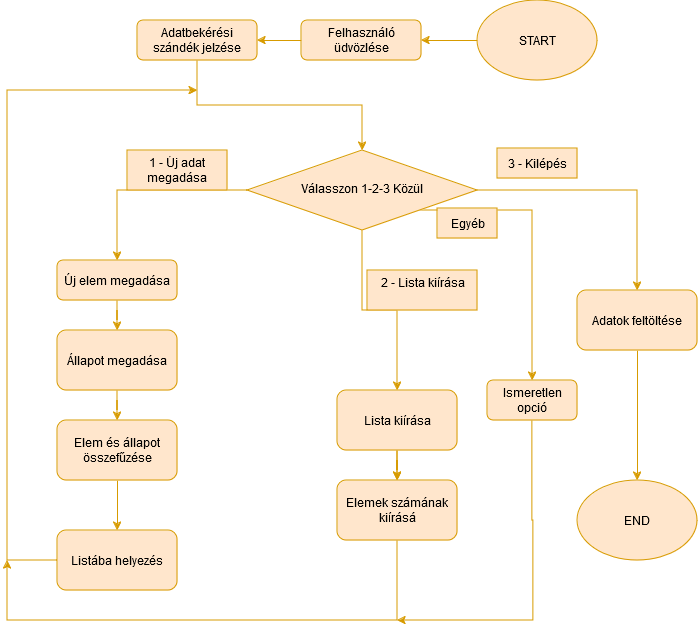
This is Megnevezetlen diagram.drawio(1).png from tukan-dev/programfeladat, a draw.io export, as it was before one commit. Source tidied: cells renumbered, new cells last; positions are measured from the earlier drawing's top-left corner, leaving out a move shared by most shapes.
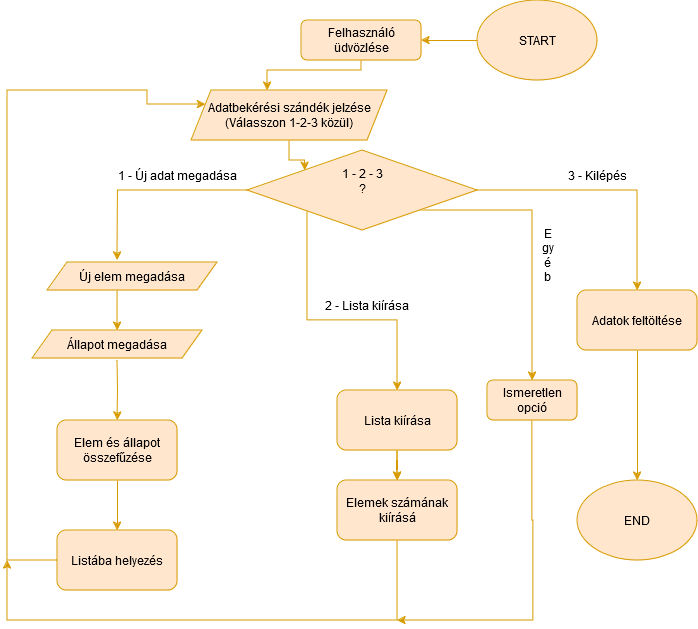
The same diagram one commit later.

The edit, as a diff of the source:
```diff
@@ -11,17 +11,30 @@
     <mxCell id="4" value="&lt;div&gt;END&lt;/div&gt;" style="ellipse;whiteSpace=wrap;html=1;fillColor=#ffe6cc;strokeColor=#d79b00;" parent="1" vertex="1">
       <mxGeometry x="570" y="480" width="120" height="80" as="geometry" />
     </mxCell>
-    <mxCell id="5" style="edgeStyle=orthogonalEdgeStyle;rounded=0;jettySize=auto;html=1;fillColor=#FF8000;strokeColor=#d79b00;" parent="1" edge="1" source="6" target="13">
-      <mxGeometry relative="1" as="geometry" />
+    <mxCell id="5" style="edgeStyle=orthogonalEdgeStyle;rounded=0;jettySize=auto;html=1;fillColor=#FF8000;strokeColor=#d79b00;" parent="1" edge="1" source="6">
+      <mxGeometry relative="1" as="geometry">
+        <mxPoint x="260" y="90" as="targetPoint" />
+        <Array as="points">
+          <mxPoint x="354" y="70" />
+          <mxPoint x="260" y="70" />
+        </Array>
+      </mxGeometry>
     </mxCell>
     <mxCell id="6" value="Felhasználó üdvözlése" style="rounded=1;whiteSpace=wrap;html=1;fontSize=12;glass=0;strokeWidth=1;shadow=0;fillColor=#ffe6cc;strokeColor=#d79b00;" parent="1" vertex="1">
       <mxGeometry x="294" y="20" width="120" height="40" as="geometry" />
     </mxCell>
-    <mxCell id="7" style="edgeStyle=orthogonalEdgeStyle;rounded=0;jettySize=auto;html=1;entryX=0.5;entryY=0;entryDx=0;entryDy=0;fillColor=#FF8000;strokeColor=#d79b00;" parent="1" edge="1" source="11" target="15">
-      <mxGeometry relative="1" as="geometry" />
+    <mxCell id="7" style="edgeStyle=orthogonalEdgeStyle;rounded=0;jettySize=auto;html=1;entryX=0.5;entryY=0;entryDx=0;entryDy=0;fillColor=#FF8000;strokeColor=#d79b00;" parent="1" edge="1" source="11">
+      <mxGeometry relative="1" as="geometry">
+        <mxPoint x="110" y="260" as="targetPoint" />
+      </mxGeometry>
     </mxCell>
     <mxCell id="8" style="edgeStyle=orthogonalEdgeStyle;rounded=0;jettySize=auto;html=1;entryX=0.5;entryY=0;entryDx=0;entryDy=0;fillColor=#FF8000;strokeColor=#d79b00;" parent="1" edge="1" source="11" target="25">
-      <mxGeometry relative="1" as="geometry" />
+      <mxGeometry relative="1" as="geometry">
+        <Array as="points">
+          <mxPoint x="300" y="320" />
+          <mxPoint x="390" y="320" />
+        </Array>
+      </mxGeometry>
     </mxCell>
     <mxCell id="9" style="edgeStyle=orthogonalEdgeStyle;rounded=0;jettySize=auto;html=1;entryX=0.5;entryY=0;entryDx=0;entryDy=0;fillColor=#FF8000;strokeColor=#d79b00;" parent="1" edge="1" source="11" target="32">
       <mxGeometry relative="1" as="geometry" />
@@ -29,44 +42,32 @@
     <mxCell id="10" style="edgeStyle=orthogonalEdgeStyle;rounded=0;jettySize=auto;html=1;exitX=1;exitY=1;exitDx=0;exitDy=0;fillColor=#FF8000;strokeColor=#d79b00;" parent="1" edge="1" source="11" target="34">
       <mxGeometry relative="1" as="geometry" />
     </mxCell>
-    <mxCell id="11" value="Válasszon 1-2-3 Közül" style="rhombus;whiteSpace=wrap;html=1;shadow=0;fontFamily=Helvetica;fontSize=12;align=center;strokeWidth=1;spacing=6;spacingTop=-4;fillColor=#ffe6cc;strokeColor=#d79b00;" parent="1" vertex="1">
+    <mxCell id="11" value="&lt;div&gt;1 - 2 - 3&lt;/div&gt;&lt;div&gt;?&lt;/div&gt;&lt;div&gt;&lt;br&gt;&lt;/div&gt;" style="rhombus;whiteSpace=wrap;html=1;shadow=0;fontFamily=Helvetica;fontSize=12;align=center;strokeWidth=1;spacing=6;spacingTop=-4;fillColor=#ffe6cc;strokeColor=#d79b00;" parent="1" vertex="1">
       <mxGeometry x="240" y="150" width="230" height="80" as="geometry" />
     </mxCell>
-    <mxCell id="12" style="edgeStyle=orthogonalEdgeStyle;rounded=0;jettySize=auto;html=1;entryX=0.5;entryY=0;entryDx=0;entryDy=0;fillColor=#FF8000;strokeColor=#d79b00;" parent="1" edge="1" source="13" target="11">
-      <mxGeometry relative="1" as="geometry" />
-    </mxCell>
-    <mxCell id="13" value="Adatbekérési szándék jelzése" style="rounded=1;whiteSpace=wrap;html=1;fontSize=12;glass=0;strokeWidth=1;shadow=0;fillColor=#ffe6cc;strokeColor=#d79b00;" parent="1" vertex="1">
-      <mxGeometry x="130" y="20" width="120" height="40" as="geometry" />
-    </mxCell>
-    <mxCell id="14" style="edgeStyle=orthogonalEdgeStyle;rounded=0;jettySize=auto;html=1;fillColor=#FF8000;strokeColor=#d79b00;" parent="1" edge="1" source="15" target="18">
-      <mxGeometry relative="1" as="geometry" />
+    <mxCell id="14" style="edgeStyle=orthogonalEdgeStyle;rounded=0;jettySize=auto;html=1;fillColor=#FF8000;strokeColor=#d79b00;exitX=0.412;exitY=1;exitDx=0;exitDy=0;exitPerimeter=0;" parent="1" edge="1" source="15">
+      <mxGeometry relative="1" as="geometry">
+        <mxPoint x="110" y="330" as="targetPoint" />
+      </mxGeometry>
     </mxCell>
-    <mxCell id="15" value="Új elem megadása" style="rounded=1;whiteSpace=wrap;html=1;fontSize=12;glass=0;strokeWidth=1;shadow=0;fillColor=#ffe6cc;strokeColor=#d79b00;" parent="1" vertex="1">
-      <mxGeometry x="50" y="260" width="120" height="40" as="geometry" />
-    </mxCell>
-    <object id="16" label="1 - Új adat megadása" name="Variable" placeholders="1">
-      <mxCell style="text;html=1;strokeColor=#d79b00;fillColor=#ffe6cc;align=center;verticalAlign=middle;whiteSpace=wrap;overflow=hidden;" parent="1" vertex="1">
-        <mxGeometry x="120" y="150" width="100" height="40" as="geometry" />
-      </mxCell>
-    </object>
-    <mxCell id="17" style="edgeStyle=orthogonalEdgeStyle;rounded=0;jettySize=auto;html=1;fillColor=#FF8000;strokeColor=#d79b00;" parent="1" edge="1" source="18" target="20">
-      <mxGeometry relative="1" as="geometry" />
+    <mxCell id="17" style="edgeStyle=orthogonalEdgeStyle;rounded=0;jettySize=auto;html=1;fillColor=#FF8000;strokeColor=#d79b00;" parent="1" edge="1" target="20">
+      <mxGeometry relative="1" as="geometry">
+        <mxPoint x="110" y="360" as="sourcePoint" />
+      </mxGeometry>
     </mxCell>
-    <mxCell id="18" value="&lt;div&gt;Állapot megadása&lt;/div&gt;" style="whiteSpace=wrap;html=1;rounded=1;glass=0;strokeWidth=1;shadow=0;fillColor=#ffe6cc;strokeColor=#d79b00;" parent="1" vertex="1">
-      <mxGeometry x="50" y="330" width="120" height="60" as="geometry" />
-    </mxCell>
     <mxCell id="19" style="edgeStyle=orthogonalEdgeStyle;rounded=0;jettySize=auto;html=1;fillColor=#FF8000;strokeColor=#d79b00;" parent="1" edge="1" source="20" target="22">
       <mxGeometry relative="1" as="geometry" />
     </mxCell>
     <mxCell id="20" value="&lt;div&gt;Elem és állapot összefűzése&lt;/div&gt;" style="whiteSpace=wrap;html=1;rounded=1;glass=0;strokeWidth=1;shadow=0;fillColor=#ffe6cc;strokeColor=#d79b00;" parent="1" vertex="1">
       <mxGeometry x="50" y="420" width="120" height="60" as="geometry" />
     </mxCell>
-    <mxCell id="21" style="edgeStyle=orthogonalEdgeStyle;rounded=0;jettySize=auto;html=1;fillColor=#FF8000;strokeColor=#d79b00;" parent="1" edge="1" source="22">
+    <mxCell id="21" style="edgeStyle=orthogonalEdgeStyle;rounded=0;jettySize=auto;html=1;fillColor=#FF8000;strokeColor=#d79b00;" parent="1" edge="1" source="22" target="37">
       <mxGeometry relative="1" as="geometry">
-        <mxPoint x="190" y="90" as="targetPoint" />
         <Array as="points">
           <mxPoint y="560" />
           <mxPoint y="90" />
+          <mxPoint x="140" y="90" />
+          <mxPoint x="140" y="104" />
         </Array>
       </mxGeometry>
     </mxCell>
@@ -97,12 +98,6 @@
     <mxCell id="28" value="Elemek számának kiírásá" style="whiteSpace=wrap;html=1;rounded=1;glass=0;strokeWidth=1;shadow=0;fillColor=#ffe6cc;strokeColor=#d79b00;" parent="1" vertex="1">
       <mxGeometry x="330" y="480" width="120" height="60" as="geometry" />
     </mxCell>
-    <mxCell id="29" value="&lt;div&gt;2 - Lista kiírása&lt;/div&gt;&lt;div&gt;&lt;br&gt;&lt;/div&gt;" style="text;html=1;align=center;verticalAlign=middle;strokeColor=#d79b00;fillColor=#ffe6cc;" parent="1" vertex="1">
-      <mxGeometry x="360" y="270" width="110" height="40" as="geometry" />
-    </mxCell>
-    <mxCell id="30" value="3 - Kilépés" style="text;html=1;align=center;verticalAlign=middle;strokeColor=#d79b00;fillColor=#ffe6cc;" parent="1" vertex="1">
-      <mxGeometry x="490" y="148" width="80" height="30" as="geometry" />
-    </mxCell>
     <mxCell id="31" style="edgeStyle=orthogonalEdgeStyle;rounded=0;jettySize=auto;html=1;fillColor=#FF8000;strokeColor=#d79b00;" parent="1" edge="1" source="32" target="4">
       <mxGeometry relative="1" as="geometry" />
     </mxCell>
@@ -121,8 +116,29 @@
     <mxCell id="34" value="Ismeretlen opció" style="rounded=1;whiteSpace=wrap;html=1;fillColor=#ffe6cc;strokeColor=#d79b00;" parent="1" vertex="1">
       <mxGeometry x="480" y="380" width="90" height="40" as="geometry" />
     </mxCell>
-    <mxCell id="35" value="Egyéb " style="text;html=1;align=center;verticalAlign=middle;strokeColor=#d79b00;fillColor=#ffe6cc;" parent="1" vertex="1">
-      <mxGeometry x="430" y="208" width="60" height="30" as="geometry" />
-    </mxCell>
+    <mxCell id="15" value="&lt;div&gt;Új elem megadása&lt;/div&gt;" style="shape=parallelogram;perimeter=parallelogramPerimeter;whiteSpace=wrap;html=1;fixedSize=1;fillColor=#ffe6cc;strokeColor=#d79b00;" parent="1" vertex="1">
+      <mxGeometry x="40" y="262" width="170" height="28" as="geometry" />
+    </mxCell>
+    <mxCell id="18" value="&lt;div&gt;Állapot megadása&lt;/div&gt;" style="shape=parallelogram;perimeter=parallelogramPerimeter;whiteSpace=wrap;html=1;fixedSize=1;fillColor=#ffe6cc;strokeColor=#d79b00;" parent="1" vertex="1">
+      <mxGeometry x="25" y="330" width="170" height="28" as="geometry" />
+    </mxCell>
+    <mxCell id="36" style="edgeStyle=orthogonalEdgeStyle;rounded=0;jettySize=auto;html=1;entryX=0;entryY=0;entryDx=0;entryDy=0;fillColor=#ffe6cc;strokeColor=#d79b00;" parent="1" edge="1" source="37" target="11">
+      <mxGeometry relative="1" as="geometry" />
+    </mxCell>
+    <mxCell id="37" value="&lt;div&gt;Adatbekérési szándék jelzése&lt;/div&gt;&lt;div&gt;(Válasszon 1-2-3 közül)&lt;br&gt;&lt;/div&gt;" style="shape=parallelogram;perimeter=parallelogramPerimeter;whiteSpace=wrap;html=1;fixedSize=1;fillColor=#ffe6cc;strokeColor=#d79b00;" parent="1" vertex="1">
+      <mxGeometry x="184" y="90" width="196" height="50" as="geometry" />
+    </mxCell>
+    <mxCell id="16" value="1 - Új adat megadása" style="text;html=1;align=center;verticalAlign=middle;strokeColor=none;fillColor=none;shadow=1;" parent="1" vertex="1">
+      <mxGeometry x="100" y="160" width="140" height="30" as="geometry" />
+    </mxCell>
+    <mxCell id="30" value="3 - Kilépés" style="text;html=1;align=center;verticalAlign=middle;strokeColor=none;fillColor=none;shadow=1;" parent="1" vertex="1">
+      <mxGeometry x="550" y="160" width="80" height="30" as="geometry" />
+    </mxCell>
+    <mxCell id="38" value="&lt;div&gt;E&lt;/div&gt;&lt;div&gt;gy&lt;/div&gt;&lt;div&gt;é&lt;/div&gt;&lt;div&gt;b &lt;/div&gt;" style="text;html=1;align=center;verticalAlign=middle;strokeColor=none;fillColor=none;shadow=1;" parent="1" vertex="1">
+      <mxGeometry x="520" y="220" width="40" height="70" as="geometry" />
+    </mxCell>
+    <mxCell id="29" value="&lt;div&gt;2 - Lista kiírása&lt;/div&gt;&lt;div&gt;&lt;br&gt;&lt;br&gt;&lt;/div&gt;" style="text;html=1;align=center;verticalAlign=middle;fillColor=none;shadow=1;" parent="1" vertex="1">
+      <mxGeometry x="304" y="290" width="110" height="60" as="geometry" />
+    </mxCell>
   </root>
 </mxGraphModel>
```
